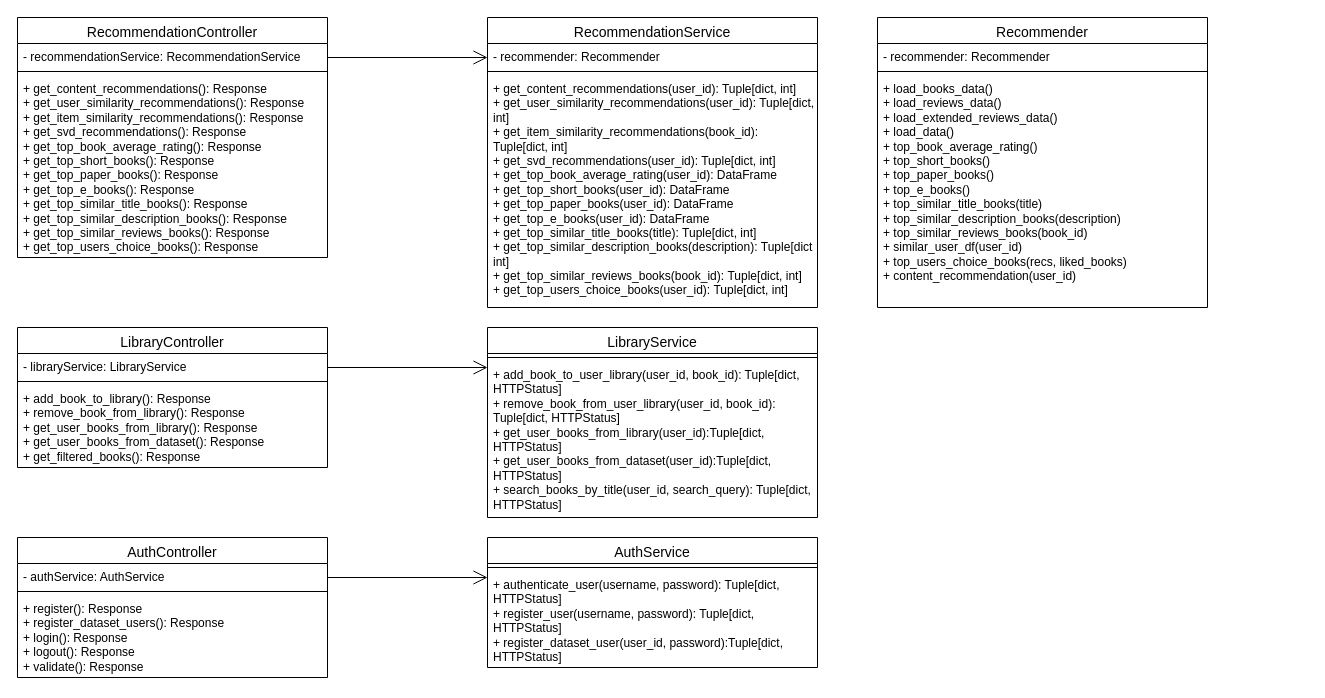
Above: Diagramă fără titlu.drawio in TudorVasilcovschi/Backend (draw.io), before the change. Source tidied: cells renumbered, new cells numbered last; positions are measured from the earlier drawing's top-left corner, leaving out a move shared by most shapes. Both pictures are drawn from the tidied source at 100%, with x=0, y=0 at pixel (17, 17).
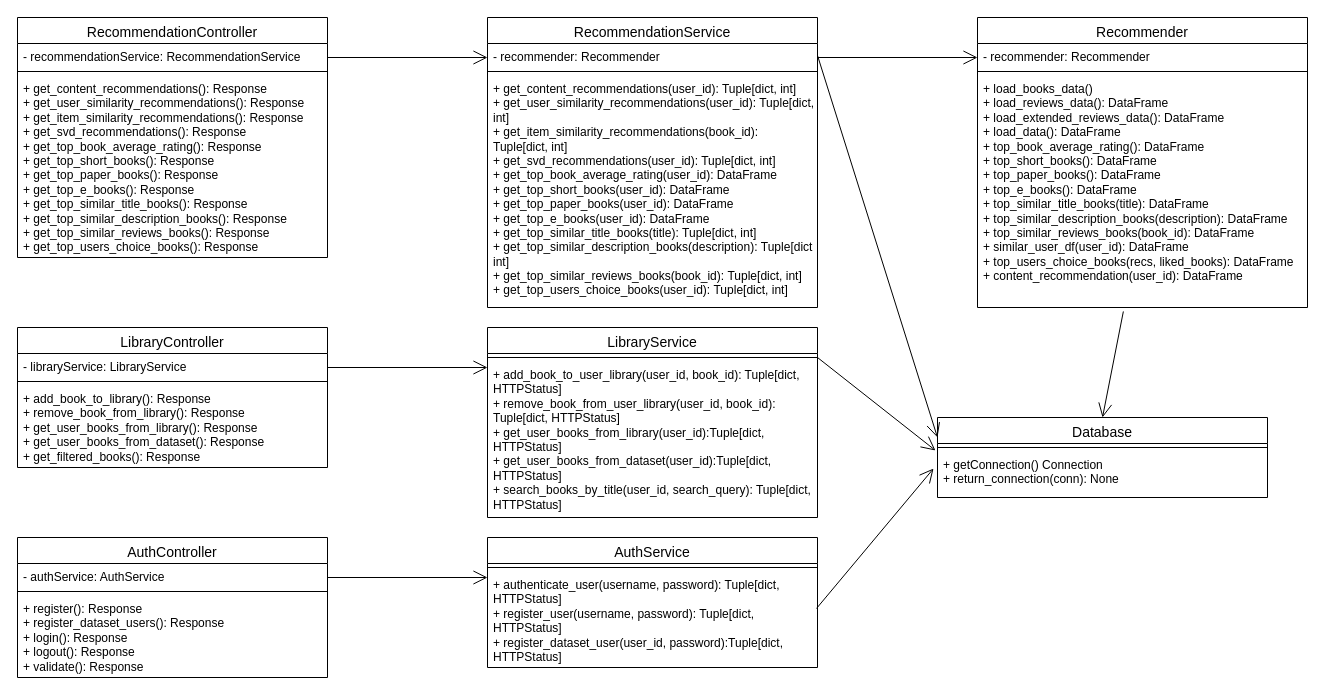
After the change.

The change refers to these unchanged cells:
```xml
<mxCell id="16" value="- recommender: Recommender" style="text;strokeColor=none;fillColor=none;align=left;verticalAlign=top;spacingLeft=4;spacingRight=4;overflow=hidden;points=[[0,0.5],[1,0.5]];portConstraint=eastwest;whiteSpace=wrap;html=1;" parent="15" vertex="1">
  <mxGeometry y="26" width="330" height="24" as="geometry" />
</mxCell>
<mxCell id="24" value="+ authenticate_user(username, password): Tuple[dict, HTTPStatus]&lt;div&gt;+ register_user(username, password): Tuple[dict, HTTPStatus]&lt;/div&gt;&lt;div&gt;+ register_dataset_user(user_id, password):Tuple[dict, HTTPStatus]&lt;/div&gt;&lt;div&gt;&lt;div&gt;&lt;br&gt;&lt;/div&gt;&lt;div&gt;&lt;br&gt;&lt;/div&gt;&lt;/div&gt;" style="text;strokeColor=none;fillColor=none;align=left;verticalAlign=top;spacingLeft=4;spacingRight=4;overflow=hidden;points=[[0,0.5],[1,0.5]];portConstraint=eastwest;whiteSpace=wrap;html=1;" parent="22" vertex="1">
  <mxGeometry y="34" width="330" height="96" as="geometry" />
</mxCell>
```

The edit, as a diff of the source:
```diff
@@
     <mxCell id="27" value="&lt;span style=&quot;font-size: 14px; font-weight: 400; text-align: left; white-space: pre; background-color: rgb(255, 255, 255);&quot;&gt;&lt;font face=&quot;Helvetica&quot;&gt;Recommender&lt;/font&gt;&lt;/span&gt;" style="swimlane;fontStyle=1;align=center;verticalAlign=top;horizontal=1;startSize=26;whiteSpace=wrap;html=1;" parent="1" vertex="1">
-      <mxGeometry x="860" width="330" height="290" as="geometry" />
+      <mxGeometry x="960" width="330" height="290" as="geometry" />
     </mxCell>
@@
-    <mxCell id="30" value="+&amp;nbsp;load_books_data()&lt;div&gt;+&amp;nbsp;&lt;span style=&quot;background-color: initial;&quot;&gt;load_reviews_data()&lt;/span&gt;&lt;/div&gt;&lt;div&gt;+&amp;nbsp;&lt;span style=&quot;background-color: initial;&quot;&gt;load_extended_reviews_data()&lt;/span&gt;&lt;/div&gt;&lt;div&gt;+ load_data()&lt;/div&gt;&lt;div&gt;+&amp;nbsp;&lt;span style=&quot;background-color: initial;&quot;&gt;top_book_average_rating()&lt;/span&gt;&lt;/div&gt;&lt;div&gt;+&amp;nbsp;&lt;span style=&quot;background-color: initial;&quot;&gt;top_short_books()&lt;/span&gt;&lt;/div&gt;&lt;div&gt;&lt;span style=&quot;background-color: initial;&quot;&gt;+&amp;nbsp;&lt;/span&gt;&lt;span style=&quot;background-color: initial;&quot;&gt;top_paper_books()&lt;/span&gt;&lt;/div&gt;&lt;div&gt;+&amp;nbsp;&lt;span style=&quot;background-color: initial;&quot;&gt;top_e_books()&lt;/span&gt;&lt;/div&gt;&lt;div&gt;+ top_similar_title_books&lt;span style=&quot;background-color: initial;&quot;&gt;(title)&lt;/span&gt;&lt;/div&gt;&lt;div&gt;+&amp;nbsp;top_similar_description_books(description)&lt;/div&gt;&lt;div&gt;+&amp;nbsp;top_similar_reviews_books(book_id)&lt;/div&gt;&lt;div&gt;+&amp;nbsp;similar_user_df(user_id)&lt;/div&gt;&lt;div&gt;+&amp;nbsp;top_users_choice_books(recs, liked_books)&lt;/div&gt;&lt;div&gt;+&amp;nbsp;content_recommendation(user_id)&lt;/div&gt;&lt;div&gt;&lt;br&gt;&lt;/div&gt;" style="text;strokeColor=none;fillColor=none;align=left;verticalAlign=top;spacingLeft=4;spacingRight=4;overflow=hidden;points=[[0,0.5],[1,0.5]];portConstraint=eastwest;whiteSpace=wrap;html=1;" parent="27" vertex="1">
+    <mxCell id="30" value="+&amp;nbsp;load_books_data()&lt;div&gt;+&amp;nbsp;&lt;span style=&quot;background-color: initial;&quot;&gt;load_reviews_data()&lt;/span&gt;&lt;span style=&quot;background-color: initial;&quot;&gt;: DataFrame&lt;/span&gt;&lt;/div&gt;&lt;div&gt;+&amp;nbsp;&lt;span style=&quot;background-color: initial;&quot;&gt;load_extended_reviews_data()&lt;/span&gt;&lt;span style=&quot;background-color: initial;&quot;&gt;: DataFrame&lt;/span&gt;&lt;/div&gt;&lt;div&gt;+ load_data()&lt;span style=&quot;background-color: initial;&quot;&gt;: DataFrame&lt;/span&gt;&lt;/div&gt;&lt;div&gt;+&amp;nbsp;&lt;span style=&quot;background-color: initial;&quot;&gt;top_book_average_rating()&lt;/span&gt;&lt;span style=&quot;background-color: initial;&quot;&gt;: DataFrame&lt;/span&gt;&lt;/div&gt;&lt;div&gt;+&amp;nbsp;&lt;span style=&quot;background-color: initial;&quot;&gt;top_short_books()&lt;/span&gt;&lt;span style=&quot;background-color: initial;&quot;&gt;: DataFrame&lt;/span&gt;&lt;/div&gt;&lt;div&gt;&lt;span style=&quot;background-color: initial;&quot;&gt;+&amp;nbsp;&lt;/span&gt;&lt;span style=&quot;background-color: initial;&quot;&gt;top_paper_books()&lt;/span&gt;&lt;span style=&quot;background-color: initial;&quot;&gt;: DataFrame&lt;/span&gt;&lt;/div&gt;&lt;div&gt;+&amp;nbsp;&lt;span style=&quot;background-color: initial;&quot;&gt;top_e_books()&lt;/span&gt;&lt;span style=&quot;background-color: initial;&quot;&gt;: DataFrame&lt;/span&gt;&lt;/div&gt;&lt;div&gt;+ top_similar_title_books&lt;span style=&quot;background-color: initial;&quot;&gt;(title)&lt;/span&gt;&lt;span style=&quot;background-color: initial;&quot;&gt;: DataFrame&lt;/span&gt;&lt;/div&gt;&lt;div&gt;+&amp;nbsp;top_similar_description_books(description)&lt;span style=&quot;background-color: initial;&quot;&gt;: DataFrame&lt;/span&gt;&lt;/div&gt;&lt;div&gt;+&amp;nbsp;top_similar_reviews_books(book_id)&lt;span style=&quot;background-color: initial;&quot;&gt;: DataFrame&lt;/span&gt;&lt;/div&gt;&lt;div&gt;+&amp;nbsp;similar_user_df(user_id)&lt;span style=&quot;background-color: initial;&quot;&gt;: DataFrame&lt;/span&gt;&lt;/div&gt;&lt;div&gt;+&amp;nbsp;top_users_choice_books(recs, liked_books)&lt;span style=&quot;background-color: initial;&quot;&gt;: DataFrame&lt;/span&gt;&lt;/div&gt;&lt;div&gt;+&amp;nbsp;content_recommendation(user_id)&lt;span style=&quot;background-color: initial;&quot;&gt;: DataFrame&lt;/span&gt;&lt;/div&gt;&lt;div&gt;&lt;br&gt;&lt;/div&gt;" style="text;strokeColor=none;fillColor=none;align=left;verticalAlign=top;spacingLeft=4;spacingRight=4;overflow=hidden;points=[[0,0.5],[1,0.5]];portConstraint=eastwest;whiteSpace=wrap;html=1;" parent="27" vertex="1">
       <mxGeometry y="58" width="330" height="232" as="geometry" />
     </mxCell>
+    <mxCell id="31" value="&lt;span style=&quot;font-size: 14px; font-weight: 400; text-align: left; white-space: pre; background-color: rgb(255, 255, 255);&quot;&gt;&lt;font face=&quot;Helvetica&quot;&gt;Database&lt;/font&gt;&lt;/span&gt;" style="swimlane;fontStyle=1;align=center;verticalAlign=top;horizontal=1;startSize=26;whiteSpace=wrap;html=1;" parent="1" vertex="1">
+      <mxGeometry x="920" y="400" width="330" height="80" as="geometry" />
+    </mxCell>
+    <mxCell id="32" style="line;strokeWidth=1;fillColor=none;align=left;verticalAlign=middle;spacingTop=-1;spacingLeft=3;spacingRight=3;labelPosition=right;strokeColor=inherit;" parent="31" vertex="1">
+      <mxGeometry y="26" width="330" height="8" as="geometry" />
+    </mxCell>
+    <mxCell id="33" value="+ getConnection() Connection&lt;div&gt;+ return_connection(conn): None&lt;/div&gt;&lt;div&gt;&lt;div&gt;&lt;br&gt;&lt;/div&gt;&lt;div&gt;&lt;br&gt;&lt;/div&gt;&lt;/div&gt;" style="text;strokeColor=none;fillColor=none;align=left;verticalAlign=top;spacingLeft=4;spacingRight=4;overflow=hidden;points=[[0,0.5],[1,0.5]];portConstraint=eastwest;whiteSpace=wrap;html=1;" parent="31" vertex="1">
+      <mxGeometry y="34" width="330" height="46" as="geometry" />
+    </mxCell>
+    <mxCell id="34" style="endArrow=open;endFill=1;endSize=12;html=1;rounded=0;" parent="1" edge="1">
+      <mxGeometry relative="1" as="geometry">
+        <mxPoint x="800" y="40" as="sourcePoint" />
+        <mxPoint x="960" y="40" as="targetPoint" />
+      </mxGeometry>
+    </mxCell>
+    <mxCell id="35" style="endArrow=open;endFill=1;endSize=12;html=1;rounded=0;entryX=-0.006;entryY=-0.022;entryDx=0;entryDy=0;entryPerimeter=0;" parent="1" edge="1" target="33">
+      <mxGeometry relative="1" as="geometry">
+        <mxPoint x="800" y="340" as="sourcePoint" />
+      </mxGeometry>
+    </mxCell>
+    <mxCell id="36" style="endArrow=open;endFill=1;endSize=12;html=1;rounded=0;exitX=1;exitY=0.5;exitDx=0;exitDy=0;" parent="1" edge="1" source="16">
+      <mxGeometry relative="1" as="geometry">
+        <mxPoint x="920" y="420" as="targetPoint" />
+      </mxGeometry>
+    </mxCell>
+    <mxCell id="37" style="endArrow=open;endFill=1;endSize=12;html=1;rounded=0;exitX=0.997;exitY=0.385;exitDx=0;exitDy=0;exitPerimeter=0;entryX=-0.012;entryY=0.37;entryDx=0;entryDy=0;entryPerimeter=0;" parent="1" edge="1" source="24" target="33">
+      <mxGeometry relative="1" as="geometry" />
+    </mxCell>
+    <mxCell id="38" style="endArrow=open;endFill=1;endSize=12;html=1;rounded=0;entryX=0.5;entryY=0;entryDx=0;entryDy=0;exitX=0.442;exitY=1.017;exitDx=0;exitDy=0;exitPerimeter=0;" parent="1" edge="1" source="30" target="31">
+      <mxGeometry relative="1" as="geometry" />
+    </mxCell>
```
